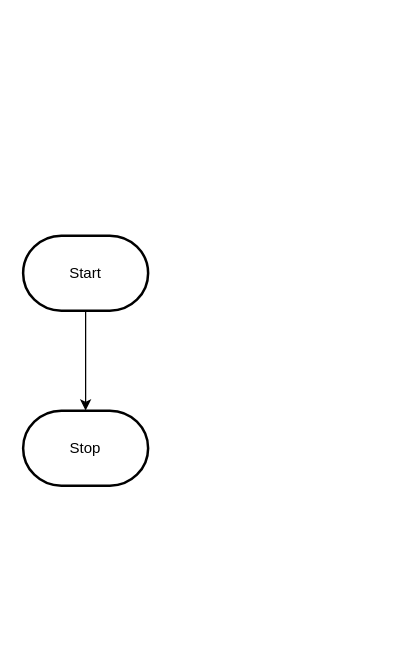
Before: design/flowchart.drawio in MTHS-ICS2O-2-2022/ICS2O-Assignment-06-janet-do, a draw.io diagram. Source tidied: cells renumbered, new cells numbered last; positions are measured from the earlier drawing's top-left corner, leaving out a move shared by most shapes. Both pictures are drawn from the tidied source at 125%, with x=0, y=0 at pixel (22, 235).
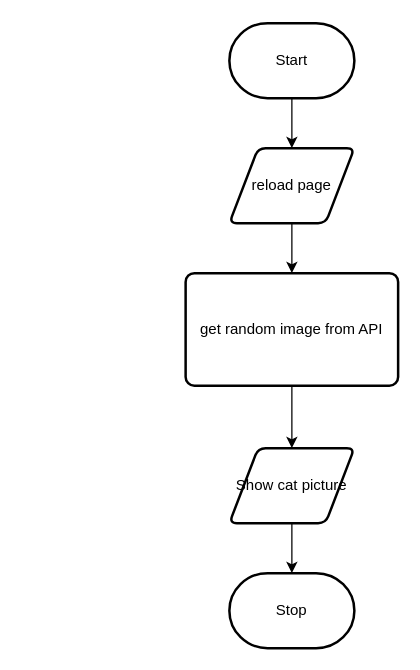
After the change.

Diff of the diagram source:
```diff
@@
 <mxGraphModel>
   <root>
     <mxCell id="0" />
     <mxCell id="1" parent="0" />
-    <mxCell id="2" style="edgeStyle=orthogonalEdgeStyle;html=1;rounded=0;" parent="1" edge="1" source="3" target="4">
-      <mxGeometry relative="1" as="geometry" />
-    </mxCell>
+    <mxCell id="5" style="edgeStyle=none;html=1;" parent="1" edge="1" source="3" target="7">
+      <mxGeometry relative="1" as="geometry" />
+    </mxCell>
     <mxCell id="3" value="Start" style="strokeWidth=2;html=1;shape=mxgraph.flowchart.terminator;whiteSpace=wrap;" parent="1" vertex="1">
-      <mxGeometry width="100" height="60" as="geometry" />
+      <mxGeometry x="165" y="-170" width="100" height="60" as="geometry" />
     </mxCell>
+    <mxCell id="6" style="edgeStyle=none;html=1;" parent="1" edge="1" source="7" target="9">
+      <mxGeometry relative="1" as="geometry" />
+    </mxCell>
+    <mxCell id="7" value="reload page" style="shape=parallelogram;html=1;strokeWidth=2;perimeter=parallelogramPerimeter;whiteSpace=wrap;rounded=1;arcSize=12;size=0.23;" parent="1" vertex="1">
+      <mxGeometry x="165" y="-70" width="100" height="60" as="geometry" />
+    </mxCell>
+    <mxCell id="8" style="edgeStyle=none;html=1;" parent="1" edge="1" source="9" target="11">
+      <mxGeometry relative="1" as="geometry" />
+    </mxCell>
+    <mxCell id="9" value="get random image from API" style="rounded=1;whiteSpace=wrap;html=1;absoluteArcSize=1;arcSize=14;strokeWidth=2;" parent="1" vertex="1">
+      <mxGeometry x="130" y="30" width="170" height="90" as="geometry" />
+    </mxCell>
+    <mxCell id="10" style="edgeStyle=none;html=1;" parent="1" edge="1" source="11" target="4">
+      <mxGeometry relative="1" as="geometry" />
+    </mxCell>
+    <mxCell id="11" value="Show cat picture" style="shape=parallelogram;html=1;strokeWidth=2;perimeter=parallelogramPerimeter;whiteSpace=wrap;rounded=1;arcSize=12;size=0.23;" parent="1" vertex="1">
+      <mxGeometry x="165" y="170" width="100" height="60" as="geometry" />
+    </mxCell>
     <mxCell id="4" value="Stop" style="strokeWidth=2;html=1;shape=mxgraph.flowchart.terminator;whiteSpace=wrap;" parent="1" vertex="1">
-      <mxGeometry y="140" width="100" height="60" as="geometry" />
+      <mxGeometry x="165" y="270" width="100" height="60" as="geometry" />
     </mxCell>
   </root>
 </mxGraphModel>
```
